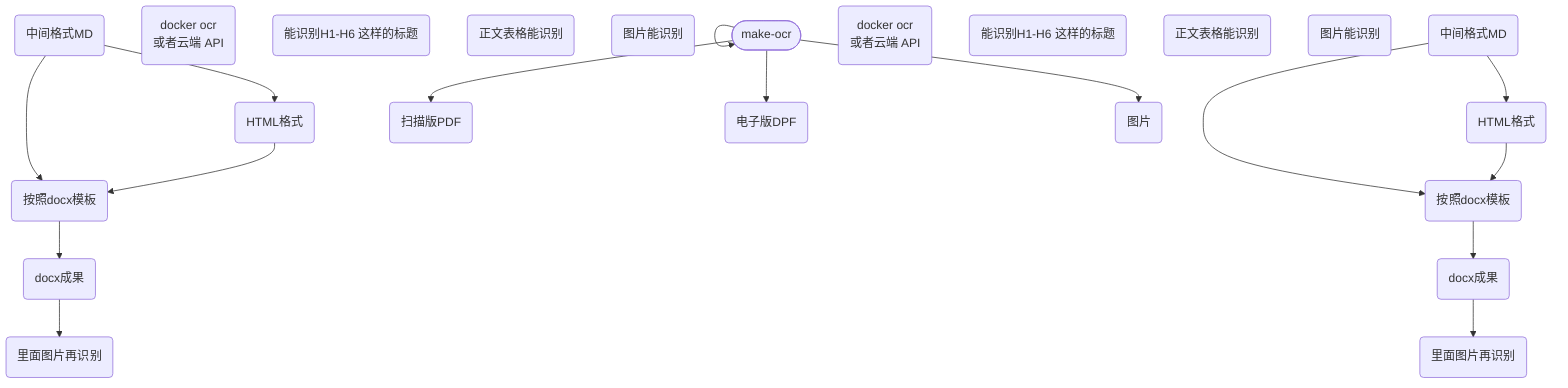
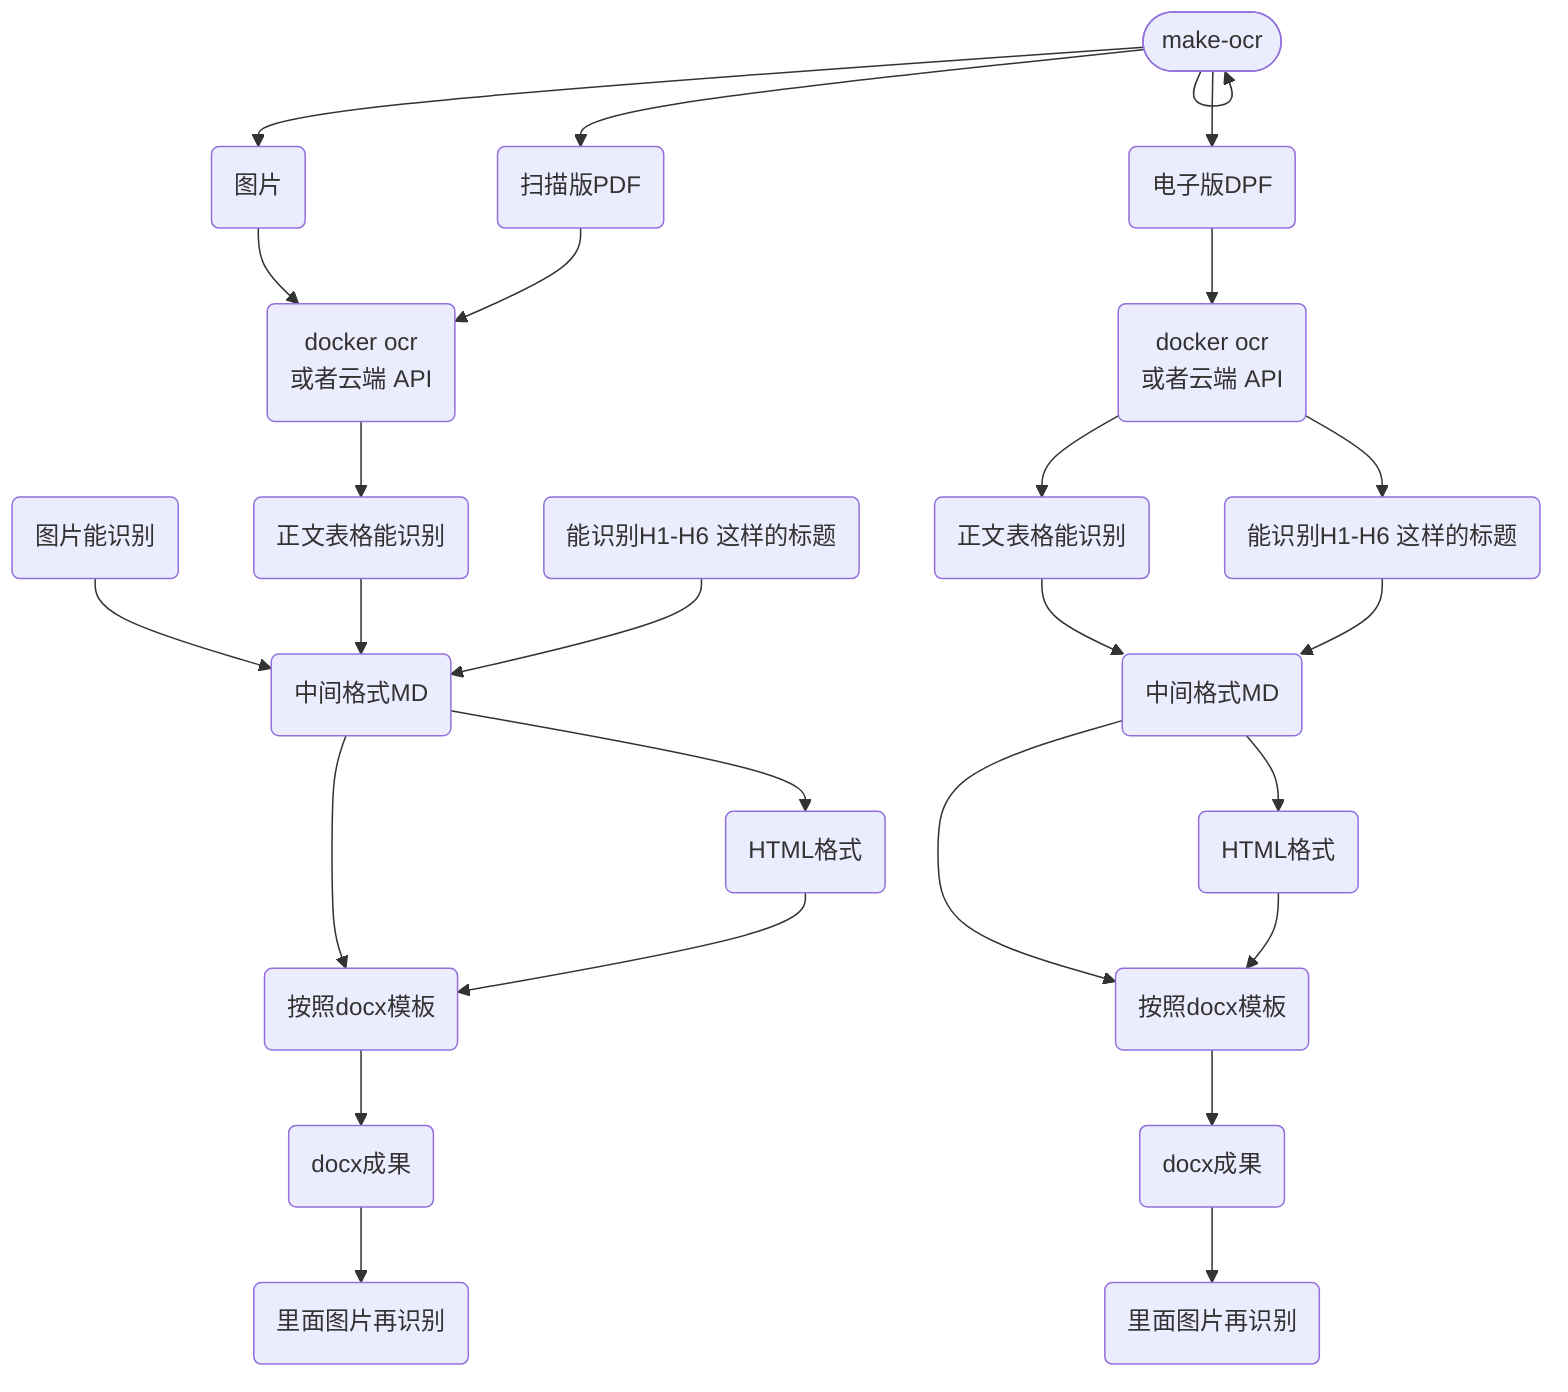
flowchart TD
  n_0(["make-ocr"])
  n_1("扫描版PDF")
  n_2("电子版DPF")
  n_3("docker ocr<br/>或者云端 API")
  n_4("图片")
  n_5("能识别H1-H6 这样的标题")
  n_6("正文表格能识别")
  n_7("图片能识别")
  n_8("按照docx模板")
  n_9("里面图片再识别")
  n_10("docx成果")
  n_11("中间格式MD")
  n_12("HTML格式")
  n_13("docker ocr<br/>或者云端 API")
  n_14("能识别H1-H6 这样的标题")
  n_15("正文表格能识别")
-   n_16("图片能识别")
-   n_17("按照docx模板")
-   n_18("里面图片再识别")
-   n_19("docx成果")
-   n_20("中间格式MD")
-   n_21("HTML格式")
+   n_16("按照docx模板")
+   n_17("里面图片再识别")
+   n_18("docx成果")
+   n_19("中间格式MD")
+   n_20("HTML格式")
  n_0 --> n_0
  n_0 --> n_1
  n_0 --> n_2
  n_0 --> n_4
  n_11 --> n_8
  n_11 --> n_12
  n_12 --> n_8
  n_8 --> n_10
  n_10 --> n_9
-   n_20 --> n_17
-   n_20 --> n_21
-   n_21 --> n_17
-   n_17 --> n_19
-   n_19 --> n_18
+   n_19 --> n_16
+   n_19 --> n_20
+   n_20 --> n_16
+   n_16 --> n_18
+   n_18 --> n_17
+   n_4 --> n_3
+   n_1 --> n_3
+   n_2 --> n_13
+   n_13 --> n_14
+   n_13 --> n_15
+   n_15 --> n_19
+   n_14 --> n_19
+   n_7 --> n_11
+   n_6 --> n_11
+   n_5 --> n_11
+   n_3 --> n_6
